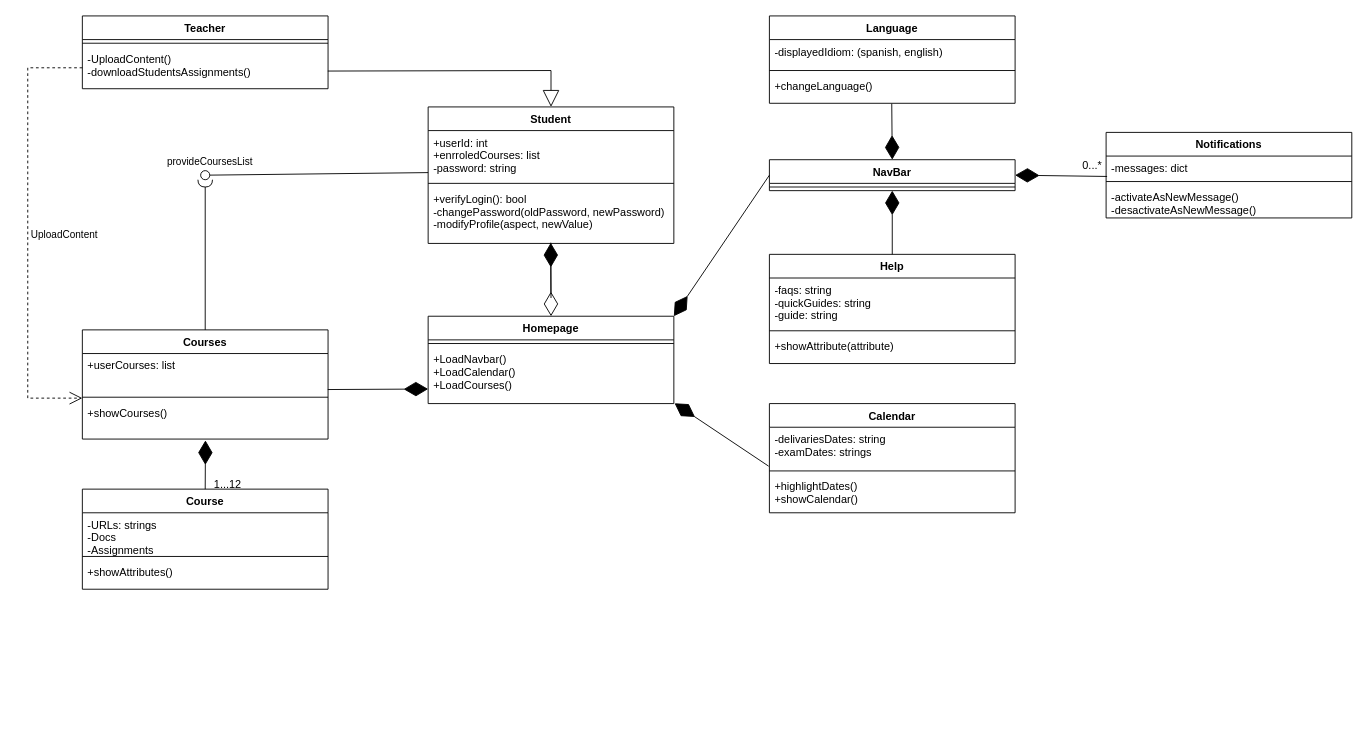
Earlier version of the draw.io diagram 2nd_year/software engineering/Individual assignment/Class Diagram.drawio (AGPFVEN/uc3m). Source tidied: cells renumbered, new cells numbered last; positions are measured from the earlier drawing's top-left corner, leaving out a move shared by most shapes. Both pictures are drawn from the tidied source at 91%, with x=0, y=0 at pixel (27, 15).
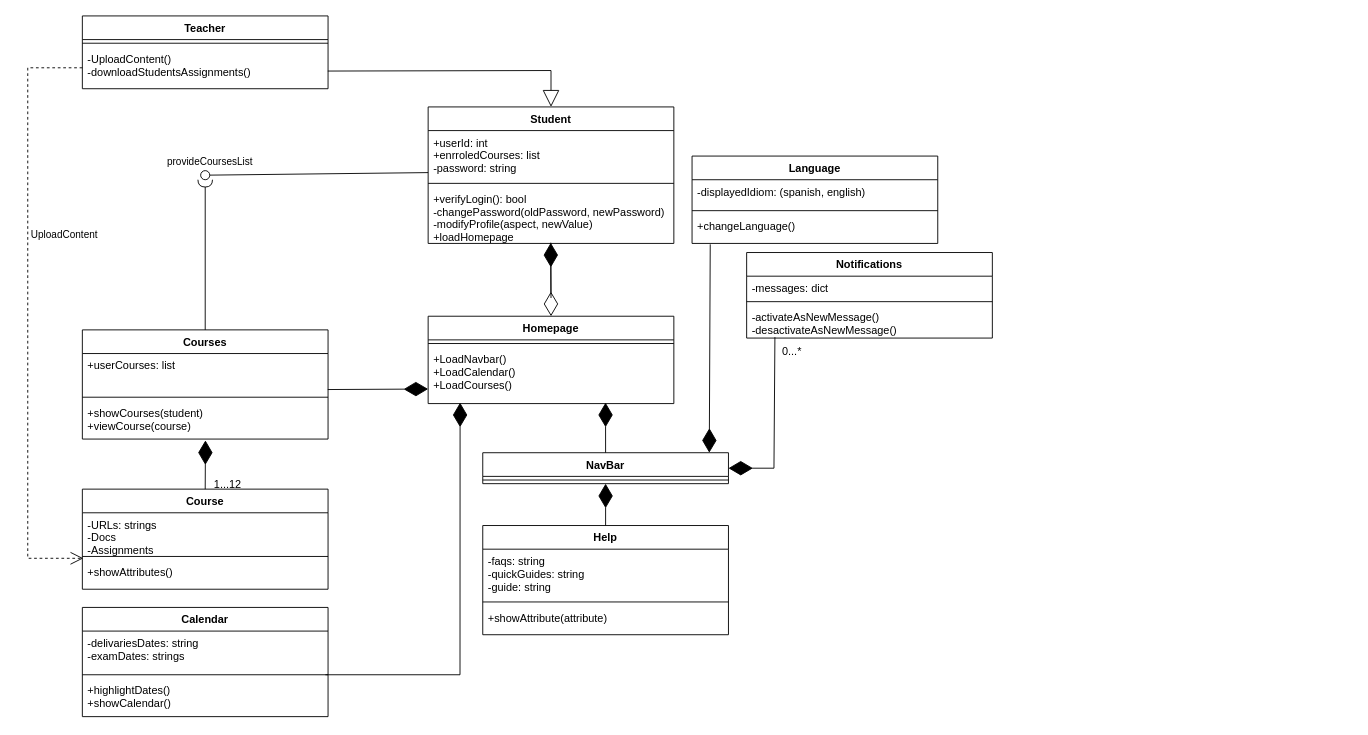
The same diagram, later.

Unchanged cells that the change refers to:
```xml
<mxCell id="2" value="Student" style="swimlane;fontStyle=1;align=center;verticalAlign=top;horizontal=1;startSize=26;" parent="1" vertex="1">
  <mxGeometry x="440" y="100" width="270" height="150" as="geometry" />
</mxCell>
<mxCell id="6" value="Homepage" style="swimlane;fontStyle=1;align=center;verticalAlign=top;horizontal=1;startSize=26;" parent="1" vertex="1">
  <mxGeometry x="440" y="330" width="270" height="96" as="geometry" />
</mxCell>
<mxCell id="8" value="+LoadNavbar()&#10;+LoadCalendar()&#10;+LoadCourses()" style="text;strokeColor=none;fillColor=none;align=left;verticalAlign=top;spacingLeft=4;spacingRight=4;overflow=hidden;points=[[0,0.5],[1,0.5]];portConstraint=eastwest;" parent="6" vertex="1">
  <mxGeometry y="34" width="270" height="62" as="geometry" />
</mxCell>
<mxCell id="21" value="+changeLanguage()" style="text;strokeColor=none;fillColor=none;align=left;verticalAlign=top;spacingLeft=4;spacingRight=4;overflow=hidden;points=[[0,0.5],[1,0.5]];portConstraint=eastwest;" parent="18" vertex="1">
  <mxGeometry y="64" width="270" height="32" as="geometry" />
</mxCell>
<mxCell id="24" value="-messages: dict" style="text;strokeColor=none;fillColor=none;align=left;verticalAlign=top;spacingLeft=4;spacingRight=4;overflow=hidden;points=[[0,0.5],[1,0.5]];portConstraint=eastwest;" parent="23" vertex="1">
  <mxGeometry y="26" width="270" height="24" as="geometry" />
</mxCell>
<mxCell id="26" value="-activateAsNewMessage()&#10;-desactivateAsNewMessage()" style="text;strokeColor=none;fillColor=none;align=left;verticalAlign=top;spacingLeft=4;spacingRight=4;overflow=hidden;points=[[0,0.5],[1,0.5]];portConstraint=eastwest;" parent="23" vertex="1">
  <mxGeometry y="58" width="270" height="36" as="geometry" />
</mxCell>
<mxCell id="29" value="-delivariesDates: string&#10;-examDates: strings" style="text;strokeColor=none;fillColor=none;align=left;verticalAlign=top;spacingLeft=4;spacingRight=4;overflow=hidden;points=[[0,0.5],[1,0.5]];portConstraint=eastwest;" parent="28" vertex="1">
  <mxGeometry y="26" width="270" height="44" as="geometry" />
</mxCell>
<mxCell id="30" style="line;strokeWidth=1;fillColor=none;align=left;verticalAlign=middle;spacingTop=-1;spacingLeft=3;spacingRight=3;labelPosition=right;points=[];portConstraint=eastwest;strokeColor=inherit;" parent="28" vertex="1">
  <mxGeometry y="70" width="270" height="8" as="geometry" />
</mxCell>
<mxCell id="34" value="Courses" style="swimlane;fontStyle=1;align=center;verticalAlign=top;horizontal=1;startSize=26;" parent="1" vertex="1">
  <mxGeometry x="60" y="345" width="270" height="120" as="geometry" />
</mxCell>
<mxCell id="43" value="-UploadContent()&#10;-downloadStudentsAssignments()" style="text;strokeColor=none;fillColor=none;align=left;verticalAlign=top;spacingLeft=4;spacingRight=4;overflow=hidden;points=[[0,0.5],[1,0.5]];portConstraint=eastwest;" parent="41" vertex="1">
  <mxGeometry y="34" width="270" height="46" as="geometry" />
</mxCell>
<mxCell id="50" value="+showAttributes()" style="text;strokeColor=none;fillColor=none;align=left;verticalAlign=top;spacingLeft=4;spacingRight=4;overflow=hidden;points=[[0,0.5],[1,0.5]];portConstraint=eastwest;" parent="47" vertex="1">
  <mxGeometry y="78" width="270" height="32" as="geometry" />
</mxCell>
```

Diff of the diagram source:
```diff
@@
-    <mxCell id="5" value="+verifyLogin(): bool&#10;-changePassword(oldPassword, newPassword)&#10;-modifyProfile(aspect, newValue)" style="text;strokeColor=none;fillColor=none;align=left;verticalAlign=top;spacingLeft=4;spacingRight=4;overflow=hidden;points=[[0,0.5],[1,0.5]];portConstraint=eastwest;" parent="2" vertex="1">
+    <mxCell id="5" value="+verifyLogin(): bool&#10;-changePassword(oldPassword, newPassword)&#10;-modifyProfile(aspect, newValue)&#10;+loadHomepage" style="text;strokeColor=none;fillColor=none;align=left;verticalAlign=top;spacingLeft=4;spacingRight=4;overflow=hidden;points=[[0,0.5],[1,0.5]];portConstraint=eastwest;" parent="2" vertex="1">
       <mxGeometry y="88" width="270" height="62" as="geometry" />
     </mxCell>
@@
     <mxCell id="10" value="NavBar" style="swimlane;fontStyle=1;align=center;verticalAlign=top;horizontal=1;startSize=26;" parent="1" vertex="1">
-      <mxGeometry x="815" y="158" width="270" height="34" as="geometry" />
+      <mxGeometry x="500" y="480" width="270" height="34" as="geometry" />
     </mxCell>
@@
     <mxCell id="12" value="Help" style="swimlane;fontStyle=1;align=center;verticalAlign=top;horizontal=1;startSize=26;" parent="1" vertex="1">
-      <mxGeometry x="815" y="262" width="270" height="120" as="geometry" />
+      <mxGeometry x="500" y="560" width="270" height="120" as="geometry" />
     </mxCell>
@@
-    <mxCell id="17" style="endArrow=diamondThin;endFill=1;endSize=24;html=1;rounded=0;exitX=0;exitY=0.5;exitDx=0;exitDy=0;entryX=1;entryY=0;entryDx=0;entryDy=0;" parent="1" edge="1" source="10" target="6">
+    <mxCell id="17" style="endArrow=diamondThin;endFill=1;endSize=24;html=1;rounded=0;exitX=0.5;exitY=0;exitDx=0;exitDy=0;entryX=0.722;entryY=0.984;entryDx=0;entryDy=0;entryPerimeter=0;" parent="1" edge="1" source="10" target="8">
       <mxGeometry relative="1" as="geometry" />
     </mxCell>
     <mxCell id="18" value="Language" style="swimlane;fontStyle=1;align=center;verticalAlign=top;horizontal=1;startSize=26;" parent="1" vertex="1">
-      <mxGeometry x="815" width="270" height="96" as="geometry" />
+      <mxGeometry x="730" y="154" width="270" height="96" as="geometry" />
     </mxCell>
@@
-    <mxCell id="22" style="endArrow=diamondThin;endFill=1;endSize=24;html=1;rounded=0;entryX=0.5;entryY=0;entryDx=0;entryDy=0;exitX=0.498;exitY=1.013;exitDx=0;exitDy=0;exitPerimeter=0;" parent="1" edge="1" source="21" target="10">
+    <mxCell id="22" style="endArrow=diamondThin;endFill=1;endSize=24;html=1;rounded=0;exitX=0.074;exitY=1.031;exitDx=0;exitDy=0;exitPerimeter=0;entryX=0.922;entryY=0;entryDx=0;entryDy=0;entryPerimeter=0;" parent="1" edge="1" source="21" target="10">
       <mxGeometry relative="1" as="geometry" />
     </mxCell>
     <mxCell id="23" value="Notifications" style="swimlane;fontStyle=1;align=center;verticalAlign=top;horizontal=1;startSize=26;" parent="1" vertex="1">
-      <mxGeometry x="1185" y="128" width="270" height="94" as="geometry" />
+      <mxGeometry x="790" y="260" width="270" height="94" as="geometry" />
     </mxCell>
@@
-    <mxCell id="27" style="endArrow=diamondThin;endFill=1;endSize=24;html=1;rounded=0;entryX=1;entryY=0.5;entryDx=0;entryDy=0;exitX=0.004;exitY=0.934;exitDx=0;exitDy=0;exitPerimeter=0;" parent="1" edge="1" source="24" target="10">
-      <mxGeometry relative="1" as="geometry" />
+    <mxCell id="27" style="endArrow=diamondThin;endFill=1;endSize=24;html=1;rounded=0;exitX=0.115;exitY=0.972;exitDx=0;exitDy=0;exitPerimeter=0;entryX=1;entryY=0.5;entryDx=0;entryDy=0;" parent="1" edge="1" source="26" target="10">
+      <mxGeometry relative="1" as="geometry">
+        <Array as="points">
+          <mxPoint x="820" y="497" />
+        </Array>
+      </mxGeometry>
     </mxCell>
     <mxCell id="28" value="Calendar" style="swimlane;fontStyle=1;align=center;verticalAlign=top;horizontal=1;startSize=26;" parent="1" vertex="1">
-      <mxGeometry x="815" y="426" width="270" height="120" as="geometry" />
+      <mxGeometry x="60" y="650" width="270" height="120" as="geometry" />
     </mxCell>
@@
-    <mxCell id="32" style="endArrow=diamondThin;endFill=1;endSize=24;html=1;rounded=0;exitX=-0.003;exitY=0.973;exitDx=0;exitDy=0;entryX=1.003;entryY=0.995;entryDx=0;entryDy=0;exitPerimeter=0;entryPerimeter=0;" parent="1" edge="1" source="29" target="8">
-      <mxGeometry relative="1" as="geometry" />
+    <mxCell id="32" style="endArrow=diamondThin;endFill=1;endSize=24;html=1;rounded=0;exitX=0.989;exitY=0.5;exitDx=0;exitDy=0;entryX=0.13;entryY=0.984;entryDx=0;entryDy=0;entryPerimeter=0;exitPerimeter=0;" parent="1" edge="1" source="30" target="8">
+      <mxGeometry relative="1" as="geometry">
+        <Array as="points">
+          <mxPoint x="475" y="724" />
+        </Array>
+      </mxGeometry>
     </mxCell>
@@
-    <mxCell id="37" value="+showCourses()" style="text;strokeColor=none;fillColor=none;align=left;verticalAlign=top;spacingLeft=4;spacingRight=4;overflow=hidden;points=[[0,0.5],[1,0.5]];portConstraint=eastwest;" parent="34" vertex="1">
+    <mxCell id="37" value="+showCourses(student)&#10;+viewCourse(course)" style="text;strokeColor=none;fillColor=none;align=left;verticalAlign=top;spacingLeft=4;spacingRight=4;overflow=hidden;points=[[0,0.5],[1,0.5]];portConstraint=eastwest;" parent="34" vertex="1">
       <mxGeometry y="78" width="270" height="42" as="geometry" />
     </mxCell>
@@
-    <mxCell id="45" value="UploadContent" style="endArrow=open;endSize=12;dashed=1;html=1;rounded=0;exitX=0;exitY=0.5;exitDx=0;exitDy=0;" parent="1" edge="1" source="43">
-      <mxGeometry x="0.01" y="40" relative="1" as="geometry">
-        <mxPoint x="60" y="420" as="targetPoint" />
+    <mxCell id="45" value="UploadContent" style="endArrow=open;endSize=12;dashed=1;html=1;rounded=0;exitX=0;exitY=0.5;exitDx=0;exitDy=0;entryX=0.004;entryY=-0.062;entryDx=0;entryDy=0;entryPerimeter=0;" parent="1" edge="1" source="43" target="50">
+      <mxGeometry x="-0.26" y="40" relative="1" as="geometry">
         <Array as="points">
           <mxPoint y="57" />
-          <mxPoint y="420" />
+          <mxPoint y="596" />
         </Array>
       </mxGeometry>
     </mxCell>
@@
     <mxCell id="53" value="0...*" style="text;html=1;strokeColor=none;fillColor=none;align=center;verticalAlign=middle;whiteSpace=wrap;rounded=0;" parent="1" vertex="1">
-      <mxGeometry x="1140" y="150" width="60" height="30" as="geometry" />
+      <mxGeometry x="810" y="354" width="60" height="30" as="geometry" />
     </mxCell>
```
